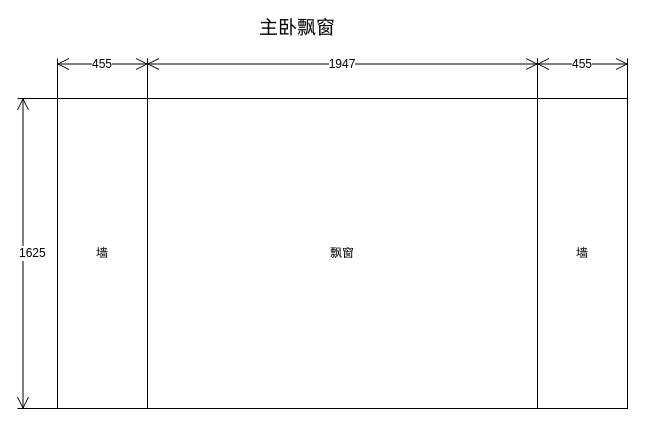
Before: Untitled Diagram.drawio in gurenGithub/findImage, a draw.io diagram. Source tidied: cells renumbered, new cells numbered last; positions are measured from the earlier drawing's top-left corner, leaving out a move shared by most shapes. Both pictures are drawn from the tidied source at 100%, with x=0, y=0 at pixel (17, 18).
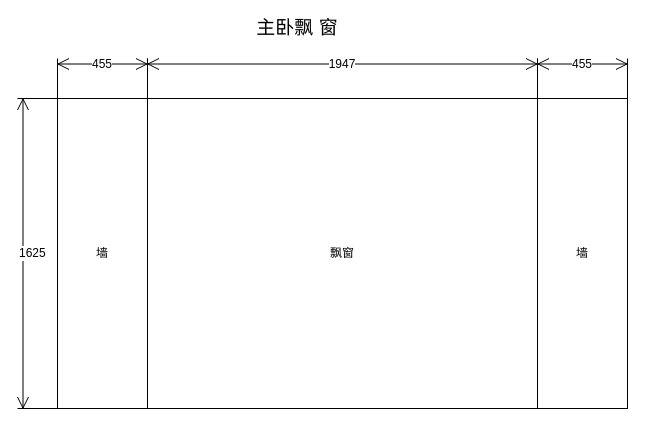
After the change.

Diff of the diagram source:
```diff
@@
 <mxGraphModel>
   <root>
     <mxCell id="0" />
     <mxCell id="1" parent="0" />
     <mxCell id="2" value="飘窗" style="rounded=0;whiteSpace=wrap;html=1;" parent="1" vertex="1">
       <mxGeometry x="130" y="80" width="390" height="310" as="geometry" />
     </mxCell>
     <mxCell id="3" value="墙" style="rounded=0;whiteSpace=wrap;html=1;" parent="1" vertex="1">
       <mxGeometry x="40" y="80" width="90" height="310" as="geometry" />
     </mxCell>
     <mxCell id="4" value="墙" style="rounded=0;whiteSpace=wrap;html=1;" parent="1" vertex="1">
       <mxGeometry x="520" y="80" width="90" height="310" as="geometry" />
     </mxCell>
     <mxCell id="5" value="1947" style="shape=dimension;direction=west;whiteSpace=wrap;html=1;align=center;verticalAlign=top;spacingTop=-8;labelBackgroundColor=#ffffff;" parent="1" vertex="1">
       <mxGeometry x="130" y="40" width="390" height="40" as="geometry" />
     </mxCell>
     <mxCell id="6" value="455" style="shape=dimension;direction=west;whiteSpace=wrap;html=1;align=center;verticalAlign=top;spacingTop=-8;labelBackgroundColor=#ffffff;" parent="1" vertex="1">
       <mxGeometry x="40" y="40" width="90" height="40" as="geometry" />
     </mxCell>
     <mxCell id="7" value="455" style="shape=dimension;direction=west;whiteSpace=wrap;html=1;align=center;verticalAlign=top;spacingTop=-8;labelBackgroundColor=#ffffff;" parent="1" vertex="1">
       <mxGeometry x="520" y="40" width="90" height="40" as="geometry" />
     </mxCell>
     <mxCell id="8" value="1625" style="shape=dimension;direction=south;whiteSpace=wrap;html=1;align=left;verticalAlign=middle;labelBackgroundColor=#ffffff;" parent="1" vertex="1">
       <mxGeometry y="80" width="40" height="310" as="geometry" />
     </mxCell>
-    <mxCell id="9" value="&lt;font style=&quot;font-size: 19px&quot;&gt;主卧飘窗&lt;/font&gt;" style="text;html=1;strokeColor=none;fillColor=none;align=center;verticalAlign=middle;whiteSpace=wrap;rounded=0;" parent="1" vertex="1">
+    <mxCell id="9" value="&lt;font style=&quot;font-size: 19px&quot;&gt;主卧飘 窗&lt;/font&gt;" style="text;html=1;strokeColor=none;fillColor=none;align=center;verticalAlign=middle;whiteSpace=wrap;rounded=0;" parent="1" vertex="1">
       <mxGeometry x="220" width="120" height="20" as="geometry" />
     </mxCell>
   </root>
 </mxGraphModel>
```
